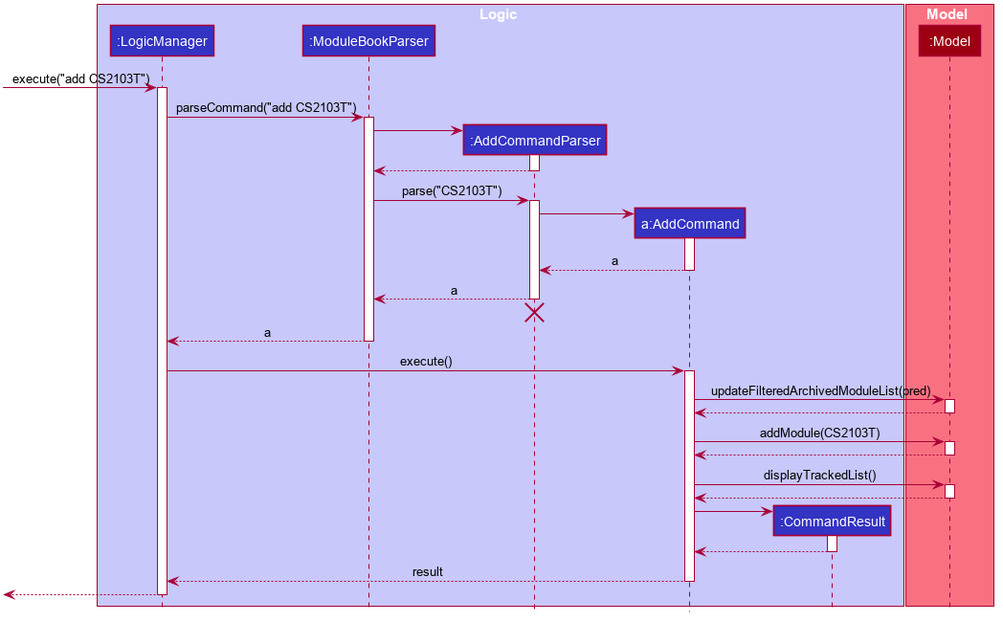
Before: docs/images/AddSequenceDiagram.png, a diagram exported from PlantUML (nus-cs2103-AY1920S1/addressbook-level3). The source it was exported from:
```plantuml
@startuml








skinparam BackgroundColor #FFFFFFF

skinparam Shadowing false

skinparam Class {
    FontColor #FFFFFF
    BorderThickness 1
    BorderColor #FFFFFF
    StereotypeFontColor #FFFFFF
    FontName Arial
}

skinparam Actor {
    BorderColor #000000
    Color #000000
    FontName Arial
}

skinparam Sequence {
    MessageAlign center
    BoxFontSize 15
    BoxPadding 0
    BoxFontColor #FFFFFF
    FontName Arial
}

skinparam Participant {
    FontColor #FFFFFFF
    Padding 20
}

skinparam MinClassWidth 50
skinparam ParticipantPadding 10
skinparam Shadowing false
skinparam DefaultTextAlignment center
skinparam packageStyle Rectangle

hide footbox
hide members
hide circle

box Logic #C8C8FA
participant ":LogicManager" as LogicManager #3333C4
participant ":ModuleBookParser" as ModuleBookParser #3333C4
participant ":AddCommandParser" as AddCommandParser #3333C4
participant "a:AddCommand" as AddCommand #3333C4
participant ":CommandResult" as CommandResult #3333C4
end box

box Model #F97181
participant ":Model" as Model #9D0012
end box

[-> LogicManager : execute("add CS2103T")
activate LogicManager

LogicManager -> ModuleBookParser : parseCommand("add CS2103T")
activate ModuleBookParser

create AddCommandParser
ModuleBookParser -> AddCommandParser
activate AddCommandParser

AddCommandParser --> ModuleBookParser
deactivate AddCommandParser

ModuleBookParser -> AddCommandParser : parse("CS2103T")
activate AddCommandParser

create AddCommand
AddCommandParser -> AddCommand
activate AddCommand

AddCommand --> AddCommandParser : a
deactivate AddCommand

AddCommandParser --> ModuleBookParser : a
deactivate AddCommandParser
AddCommandParser -[hidden]-> ModuleBookParser
destroy AddCommandParser

ModuleBookParser --> LogicManager : a
deactivate ModuleBookParser

LogicManager -> AddCommand : execute()
activate AddCommand

AddCommand -> Model : updateFilteredArchivedModuleList(pred)
activate Model

Model --> AddCommand
deactivate Model

AddCommand -> Model : addModule(CS2103T)
activate Model

Model --> AddCommand
deactivate Model

AddCommand -> Model : displayTrackedList()
activate Model

Model --> AddCommand
deactivate Model

create CommandResult
AddCommand -> CommandResult
activate CommandResult

CommandResult --> AddCommand
deactivate CommandResult

AddCommand --> LogicManager : result
deactivate AddCommand

[<--LogicManager
deactivate LogicManager
@enduml
```
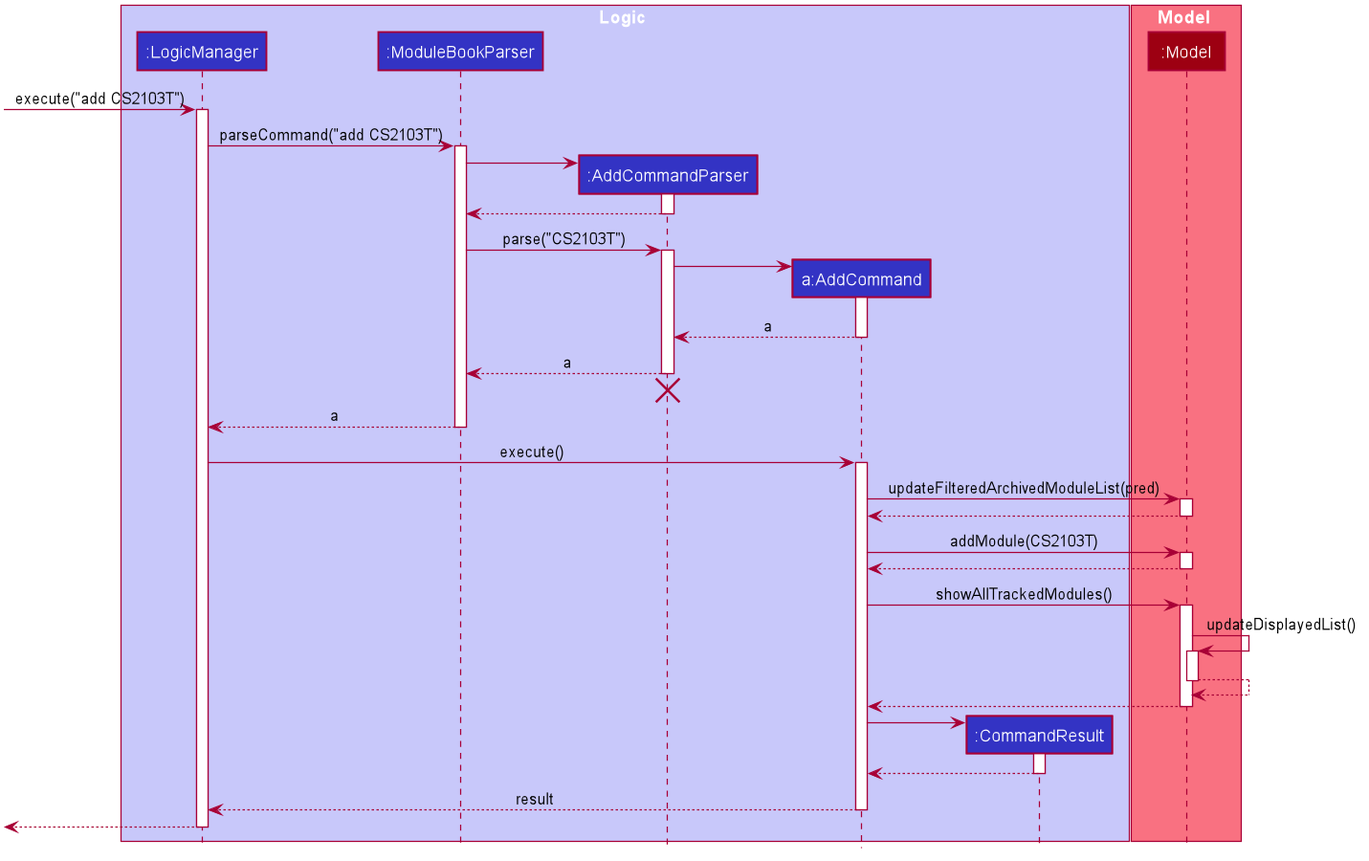
The same diagram one commit later.

What changed in the source:
```diff
@@ -12,6 +12,8 @@
 skinparam Shadowing false
 
 skinparam Class {
+    AttributeFontColor #FFFFFF
+    AttributeFontName Arial
     FontColor #FFFFFF
     BorderThickness 1
     BorderColor #FFFFFF
@@ -106,8 +108,14 @@
 Model --> AddCommand
 deactivate Model
 
-AddCommand -> Model : displayTrackedList()
+AddCommand -> Model : showAllTrackedModules()
 activate Model
+
+Model -> Model : updateDisplayedList()
+activate Model
+
+Model --> Model
+deactivate Model
 
 Model --> AddCommand
 deactivate Model
```
